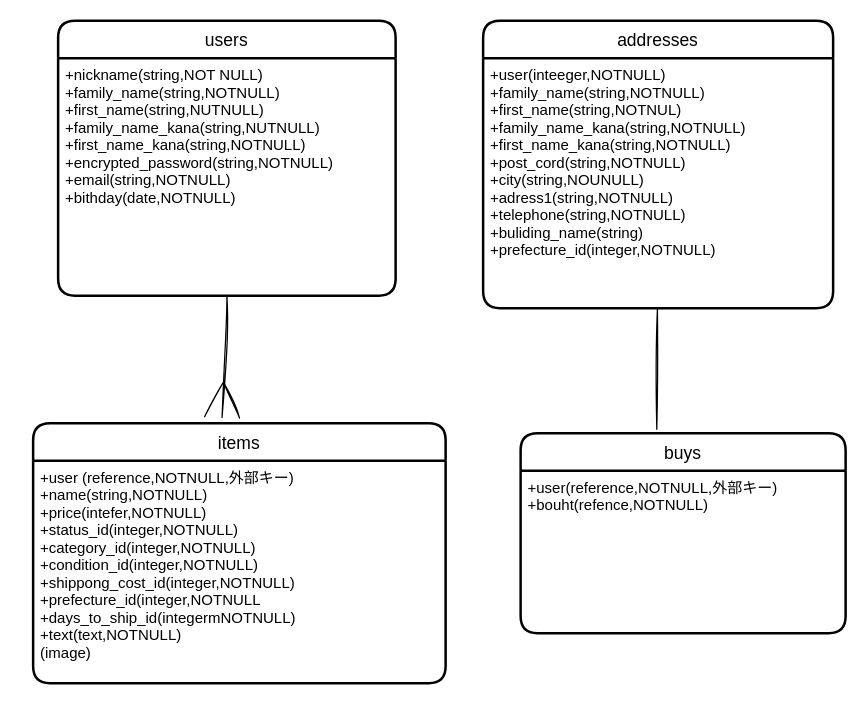
Above: er.dio in 1ain00/furima-38440-id (draw.io), before the change. Source tidied: cells renumbered, new cells numbered last; positions are measured from the earlier drawing's top-left corner, leaving out a move shared by most shapes. Both pictures are drawn from the tidied source at 125%, with x=0, y=0 at pixel (32, 20).
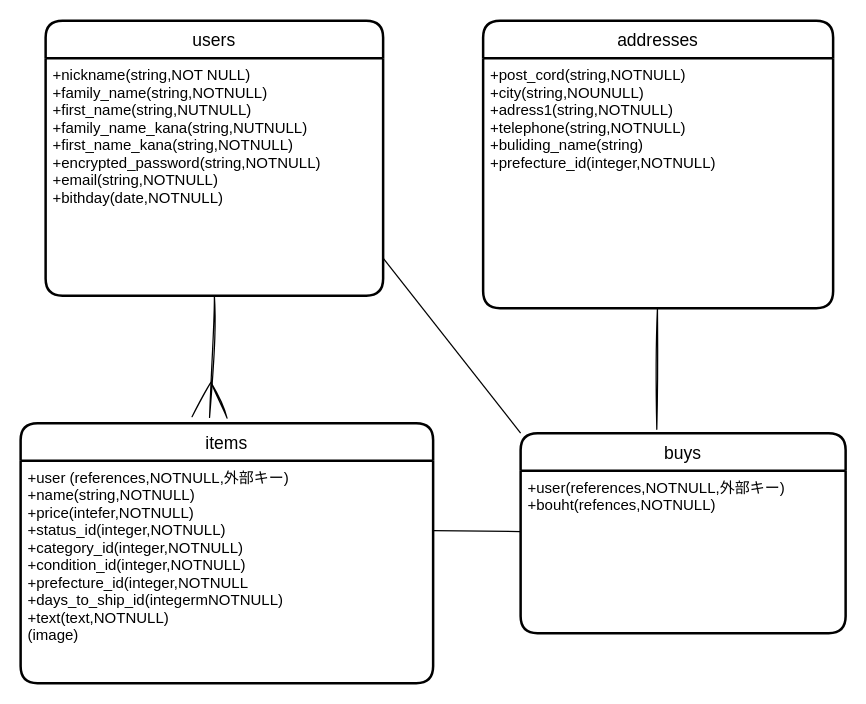
The same diagram, later.

What changed in the source:
```diff
@@
 <mxGraphModel>
   <root>
     <mxCell id="0" />
     <mxCell id="1" parent="0" />
+    <mxCell id="12" style="edgeStyle=none;html=1;exitX=0;exitY=0;exitDx=0;exitDy=0;endArrow=none;endFill=0;" parent="1" edge="1" source="4">
+      <mxGeometry relative="1" as="geometry">
+        <mxPoint x="280" y="190" as="targetPoint" />
+      </mxGeometry>
+    </mxCell>
     <mxCell id="2" value="users" style="swimlane;horizontal=1;startSize=30;rounded=1;fontSize=14;fontStyle=0;strokeWidth=2;shadow=0;dashed=0;align=center;" parent="1" vertex="1">
-      <mxGeometry x="20" width="270" height="220" as="geometry" />
+      <mxGeometry x="10" width="270" height="220" as="geometry" />
     </mxCell>
     <mxCell id="3" value="+nickname(string,NOT NULL)&#10;+family_name(string,NOTNULL)&#10;+first_name(string,NUTNULL)&#10;+family_name_kana(string,NUTNULL)&#10;+first_name_kana(string,NOTNULL)&#10;+encrypted_password(string,NOTNULL)&#10;+email(string,NOTNULL)&#10;+bithday(date,NOTNULL)" style="align=left;strokeColor=none;fillColor=none;spacingLeft=4;fontSize=12;verticalAlign=top;" parent="2" vertex="1">
       <mxGeometry y="30" width="270" height="190" as="geometry" />
     </mxCell>
+    <mxCell id="13" style="edgeStyle=none;html=1;entryX=1;entryY=0.315;entryDx=0;entryDy=0;entryPerimeter=0;endArrow=none;endFill=0;" parent="1" edge="1" source="4" target="7">
+      <mxGeometry relative="1" as="geometry" />
+    </mxCell>
     <mxCell id="4" value="buys" style="swimlane;horizontal=1;startSize=30;rounded=1;fontSize=14;fontStyle=0;strokeWidth=2;shadow=0;dashed=0;align=center;" parent="1" vertex="1">
       <mxGeometry x="390" y="330" width="260" height="160" as="geometry" />
     </mxCell>
-    <mxCell id="5" value="+user(reference,NOTNULL,外部キー)&#10;+bouht(refence,NOTNULL)" style="align=left;strokeColor=none;fillColor=none;spacingLeft=4;fontSize=12;verticalAlign=top;" parent="4" vertex="1">
+    <mxCell id="5" value="+user(references,NOTNULL,外部キー)&#10;+bouht(refences,NOTNULL)" style="align=left;strokeColor=none;fillColor=none;spacingLeft=4;fontSize=12;verticalAlign=top;" parent="4" vertex="1">
       <mxGeometry y="30" width="260" height="130" as="geometry" />
     </mxCell>
     <mxCell id="6" value="items" style="swimlane;horizontal=1;startSize=30;rounded=1;fontSize=14;fontStyle=0;strokeWidth=2;shadow=0;dashed=0;align=center;" parent="1" vertex="1">
-      <mxGeometry y="322" width="330" height="208" as="geometry" />
+      <mxGeometry x="-10" y="322" width="330" height="208" as="geometry" />
     </mxCell>
-    <mxCell id="7" value="+user (reference,NOTNULL,外部キー)&#10;+name(string,NOTNULL)&#10;+price(intefer,NOTNULL)&#10;+status_id(integer,NOTNULL)&#10;+category_id(integer,NOTNULL)&#10;+condition_id(integer,NOTNULL)&#10;+shippong_cost_id(integer,NOTNULL)&#10;+prefecture_id(integer,NOTNULL&#10;+days_to_ship_id(integermNOTNULL)&#10;+text(text,NOTNULL)&#10;(image)" style="align=left;strokeColor=none;fillColor=none;spacingLeft=4;fontSize=12;verticalAlign=top;" parent="6" vertex="1">
+    <mxCell id="7" value="+user (references,NOTNULL,外部キー)&#10;+name(string,NOTNULL)&#10;+price(intefer,NOTNULL)&#10;+status_id(integer,NOTNULL)&#10;+category_id(integer,NOTNULL)&#10;+condition_id(integer,NOTNULL)&#10;+prefecture_id(integer,NOTNULL&#10;+days_to_ship_id(integermNOTNULL)&#10;+text(text,NOTNULL)&#10;(image)" style="align=left;strokeColor=none;fillColor=none;spacingLeft=4;fontSize=12;verticalAlign=top;" parent="6" vertex="1">
       <mxGeometry y="30" width="330" height="178" as="geometry" />
     </mxCell>
     <mxCell id="8" value="addresses" style="swimlane;horizontal=1;startSize=30;rounded=1;fontSize=14;fontStyle=0;strokeWidth=2;shadow=0;dashed=0;align=center;" parent="1" vertex="1">
       <mxGeometry x="360" width="280" height="230" as="geometry" />
     </mxCell>
-    <mxCell id="9" value="+user(inteeger,NOTNULL)&#10;+family_name(string,NOTNULL)&#10;+first_name(string,NOTNUL)&#10;+family_name_kana(string,NOTNULL)&#10;+first_name_kana(string,NOTNULL)&#10;+post_cord(string,NOTNULL)&#10;+city(string,NOUNULL)&#10;+adress1(string,NOTNULL)&#10;+telephone(string,NOTNULL)&#10;+buliding_name(string)&#10;+prefecture_id(integer,NOTNULL)" style="align=left;strokeColor=none;fillColor=none;spacingLeft=4;fontSize=12;verticalAlign=top;" parent="8" vertex="1">
+    <mxCell id="9" value="+post_cord(string,NOTNULL)&#10;+city(string,NOUNULL)&#10;+adress1(string,NOTNULL)&#10;+telephone(string,NOTNULL)&#10;+buliding_name(string)&#10;+prefecture_id(integer,NOTNULL)" style="align=left;strokeColor=none;fillColor=none;spacingLeft=4;fontSize=12;verticalAlign=top;" parent="8" vertex="1">
       <mxGeometry y="30" width="280" height="200" as="geometry" />
     </mxCell>
     <mxCell id="10" style="edgeStyle=none;sketch=1;html=1;exitX=0.5;exitY=1;exitDx=0;exitDy=0;entryX=0.458;entryY=-0.022;entryDx=0;entryDy=0;entryPerimeter=0;endArrow=ERmany;endFill=0;startSize=6;endSize=26;" parent="1" edge="1" source="3" target="6">
       <mxGeometry relative="1" as="geometry" />
     </mxCell>
     <mxCell id="11" style="edgeStyle=none;sketch=1;html=1;entryX=0.419;entryY=-0.019;entryDx=0;entryDy=0;entryPerimeter=0;endArrow=none;endFill=0;startSize=6;endSize=26;" parent="1" edge="1" source="9" target="4">
       <mxGeometry relative="1" as="geometry" />
     </mxCell>
   </root>
 </mxGraphModel>
```
